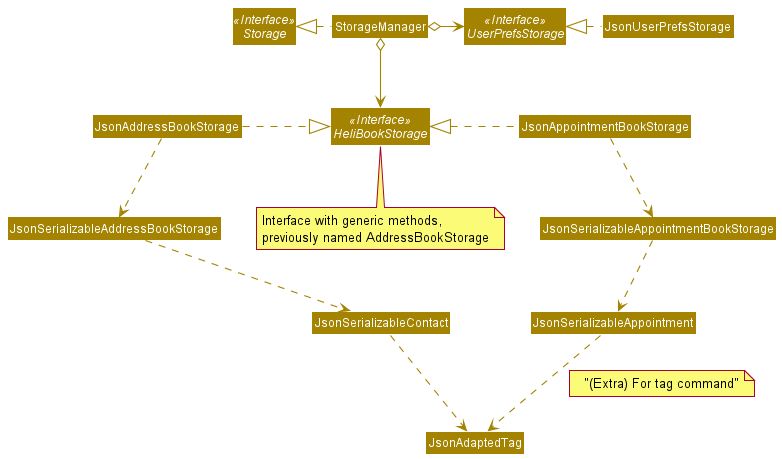
Earlier version of the PlantUML export docs/images/AppointmentWithStorageClassDiagram.png (nus-cs2103-AY2021S2/tp). Its diagram source:
```plantuml
@startuml
!include style.puml
skinparam arrowThickness 1.1
skinparam arrowColor STORAGE_COLOR
skinparam classBackgroundColor STORAGE_COLOR

Interface Storage <<Interface>>
Interface UserPrefsStorage <<Interface>>
Interface HeliBookStorage <<Interface>>

note "Interface with generic methods,\npreviously named AddressBookStorage" as N1
N1 .up. HeliBookStorage

Class StorageManager
Class JsonUserPrefsStorage
Class JsonAddressBookStorage
Class JsonAppointmentBookStorage

StorageManager .left.|> Storage
StorageManager o-right-> UserPrefsStorage
StorageManager o--> HeliBookStorage

JsonUserPrefsStorage .left.|> UserPrefsStorage
JsonAppointmentBookStorage .left.|> HeliBookStorage
JsonAddressBookStorage .right.|> HeliBookStorage
JsonAppointmentBookStorage .down.> JsonSerializableAppointmentBookStorage
JsonAddressBookStorage .down.> JsonSerializableAddressBookStorage
JsonSerializableAppointmentBookStorage .down.> JsonSerializableAppointment
JsonSerializableAddressBookStorage .down.> JsonSerializableContact
JsonSerializableAppointment .down.> JsonAdaptedTag
note on link
    "(Extra) For tag command"
end note
JsonSerializableContact .down.> JsonAdaptedTag

@enduml
```
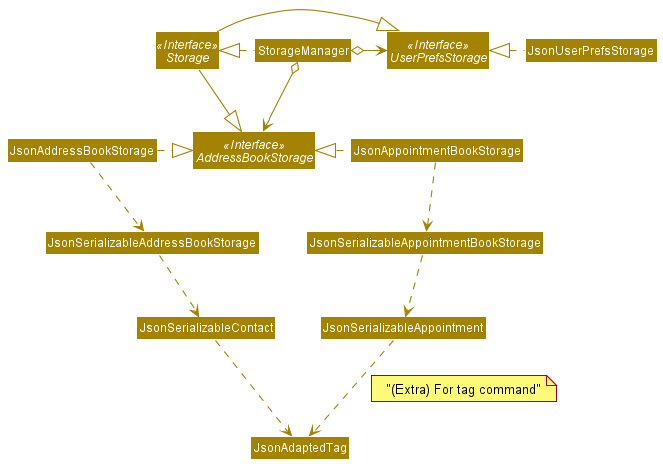
After the change.

What changed in the source:
```diff
@@ -6,10 +6,7 @@
 
 Interface Storage <<Interface>>
 Interface UserPrefsStorage <<Interface>>
-Interface HeliBookStorage <<Interface>>
-
-note "Interface with generic methods,\npreviously named AddressBookStorage" as N1
-N1 .up. HeliBookStorage
+Interface AddressBookStorage <<Interface>>
 
 Class StorageManager
 Class JsonUserPrefsStorage
@@ -18,11 +15,14 @@
 
 StorageManager .left.|> Storage
 StorageManager o-right-> UserPrefsStorage
-StorageManager o--> HeliBookStorage
+StorageManager o--> AddressBookStorage
+
+Storage -|> UserPrefsStorage
+Storage -|> AddressBookStorage
 
 JsonUserPrefsStorage .left.|> UserPrefsStorage
-JsonAppointmentBookStorage .left.|> HeliBookStorage
-JsonAddressBookStorage .right.|> HeliBookStorage
+JsonAppointmentBookStorage .left.|> AddressBookStorage
+JsonAddressBookStorage .right.|> AddressBookStorage
 JsonAppointmentBookStorage .down.> JsonSerializableAppointmentBookStorage
 JsonAddressBookStorage .down.> JsonSerializableAddressBookStorage
 JsonSerializableAppointmentBookStorage .down.> JsonSerializableAppointment
```
